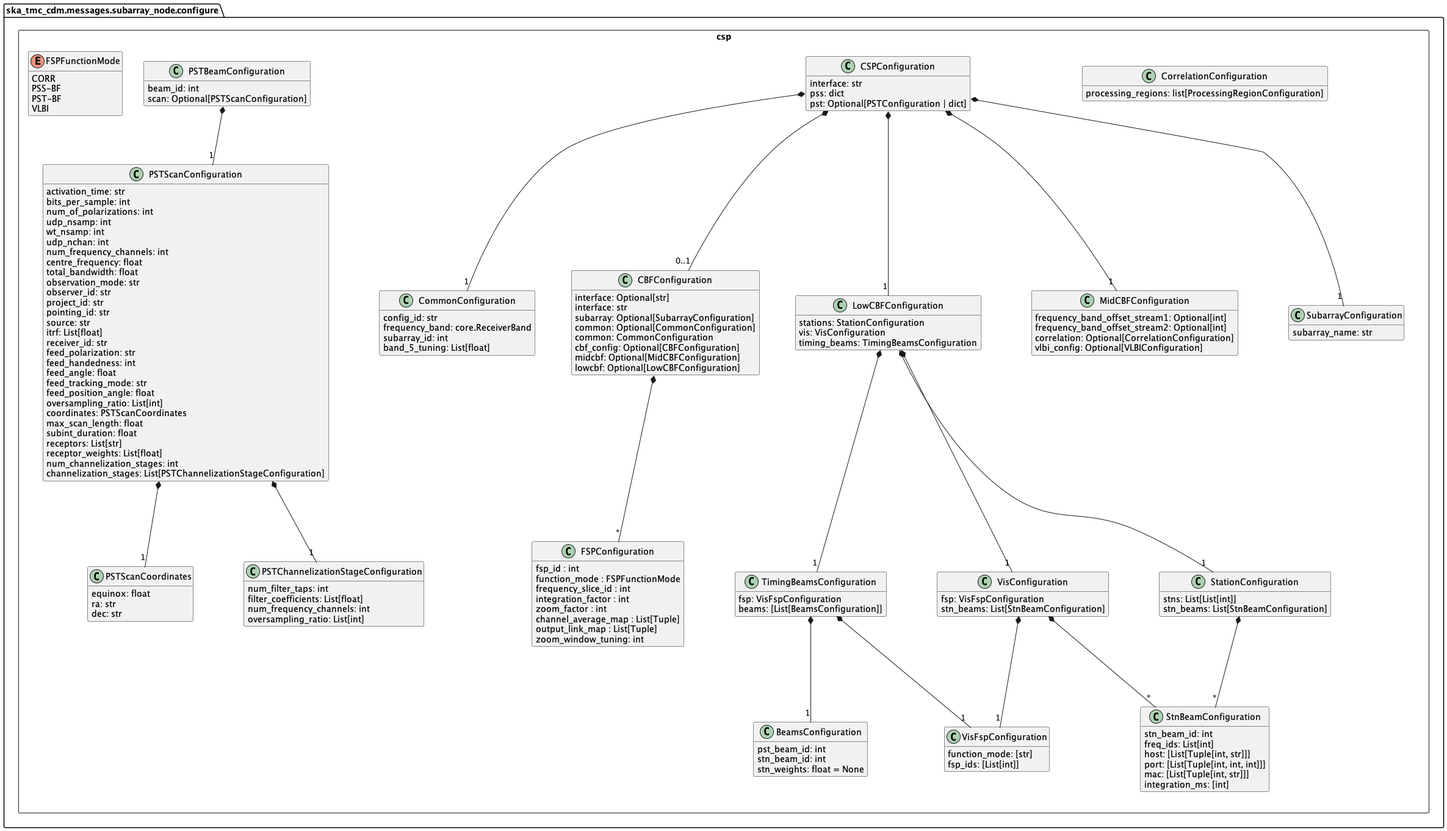
Earlier version of the PlantUML export docs/src/developer/subarraynode/csp.png (ska-telescope/cdm-shared-library).
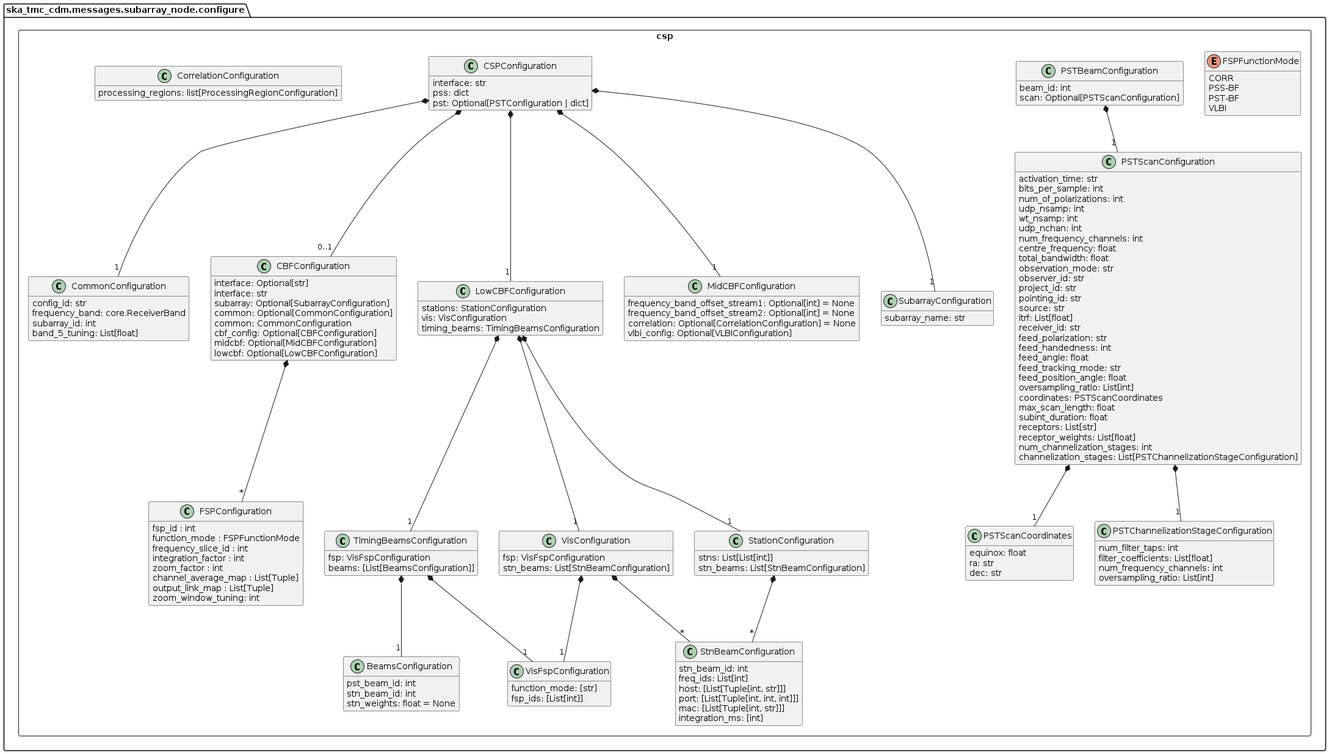
Above is the later version.

Commit message:
STAR-785: update csp diagram

Diff of the diagram source:
```diff
@@ -120,9 +120,9 @@
 		}
 
 		class MidCBFConfiguration {
-			frequency_band_offset_stream1: Optional[int]
-			frequency_band_offset_stream2: Optional[int]
-			correlation: Optional[CorrelationConfiguration]
+			frequency_band_offset_stream1: Optional[int] = None
+			frequency_band_offset_stream2: Optional[int] = None
+			correlation: Optional[CorrelationConfiguration] = None
 			vlbi_config: Optional[VLBIConfiguration]
 		}
 
```
